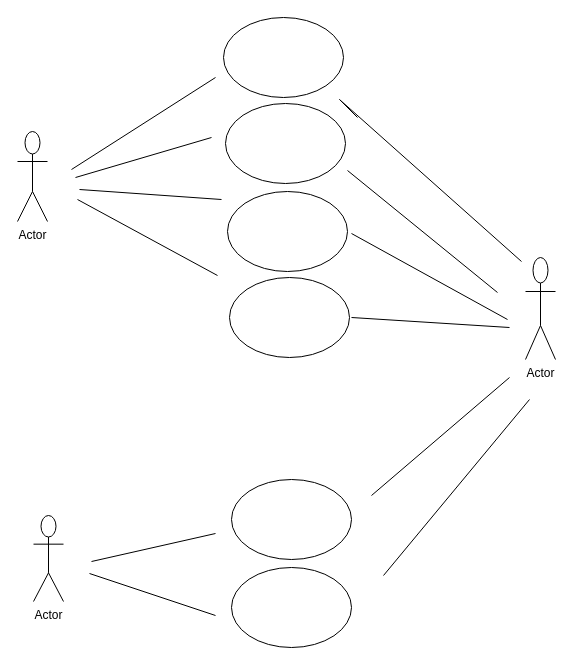
Before: page "Página-2" (2 of 2) of Diagrama sem nome.drawio in Jenny4233/diagramaderequisito, a draw.io diagram. Source tidied: cells renumbered, new cells numbered last; positions are measured from the earlier drawing's top-left corner, leaving out a move shared by most shapes. Both pictures are drawn from the tidied source at 100%, with x=0, y=0 at pixel (17, 17).
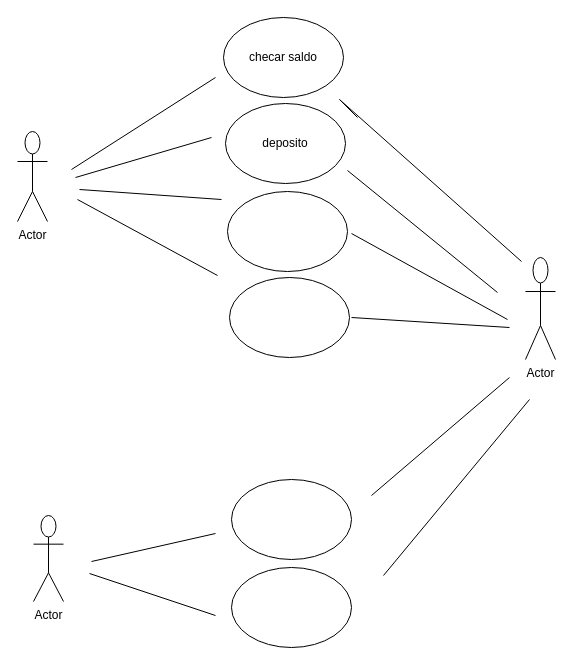
Above is the later version.

The edit, as a diff of the source:
```diff
@@
-    <mxCell id="4" style="ellipse;whiteSpace=wrap;html=1;" parent="1" vertex="1">
+    <mxCell id="4" value="checar saldo" style="ellipse;whiteSpace=wrap;html=1;" parent="1" vertex="1">
       <mxGeometry x="206" width="120" height="80" as="geometry" />
     </mxCell>
@@
-    <mxCell id="6" style="ellipse;whiteSpace=wrap;html=1;" parent="1" vertex="1">
+    <mxCell id="6" value="deposito" style="ellipse;whiteSpace=wrap;html=1;" parent="1" vertex="1">
       <mxGeometry x="208" y="86" width="120" height="80" as="geometry" />
     </mxCell>
```
